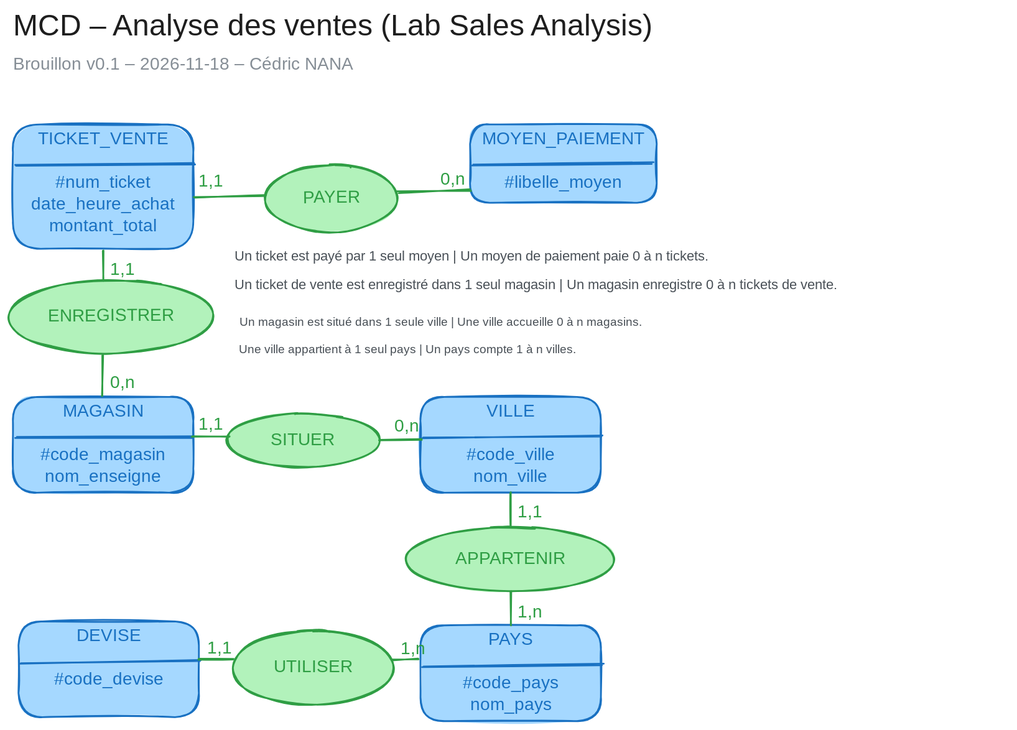
Earlier version of the Excalidraw export docs/modeles/mcd.excalidraw.svg (cnanaj-wq/lab-sales-analysis). Source tidied: one line per element, renumbered; positions are measured from the earlier drawing's top-left corner, leaving out a move shared by most shapes.
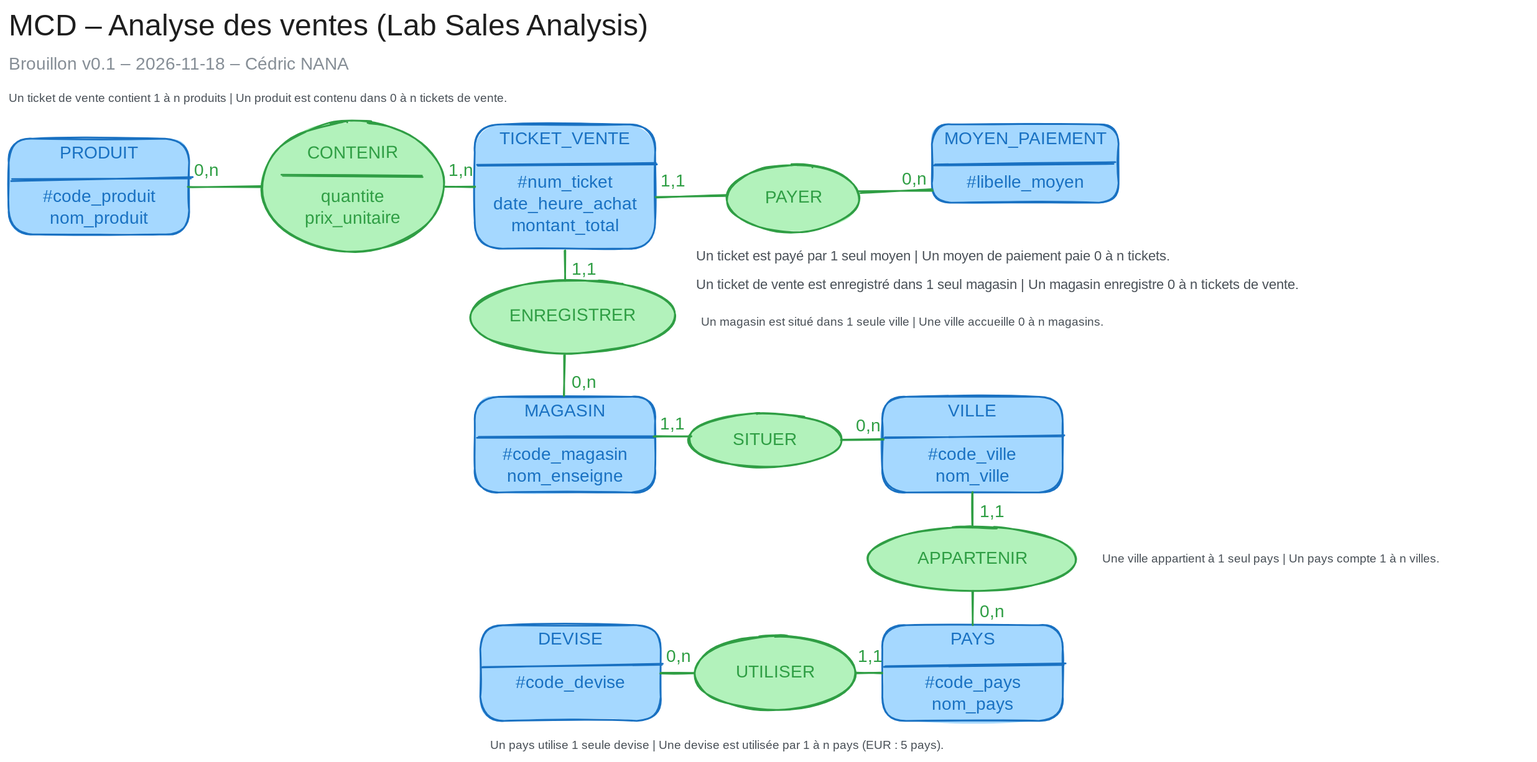
The same diagram one commit later.

Commit message:
docs: ajoute le produit et la ligne de vente au MCD - Analyse des ventes

Diff of the diagram source:
```diff
@@ -3,16 +3,16 @@
 {"id": 2, "type": "line", "strokeColor": "#1971c2", "backgroundColor": "#a5d8ff", "fillStyle": "solid", "strokeWidth": 2, "roughness": 1, "round": true, "x": 7, "y": 180, "width": 207, "height": 2, "points": [[0, 0], [207, -2]]}
 {"id": 3, "type": "ellipse", "strokeColor": "#2f9e44", "angle": 6.28, "backgroundColor": "#b2f2bb", "fillStyle": "solid", "strokeWidth": 2, "roughness": 1, "round": true, "x": 294, "y": 179, "width": 153, "height": 77}
 {"id": 4, "type": "text", "text": "PAYER", "strokeColor": "#2f9e44", "angle": 6.28, "backgroundColor": "#b2f2bb", "fillStyle": "solid", "strokeWidth": 2, "roughness": 1, "fontSize": 20, "fontFamily": 5, "textAlign": "center", "verticalAlign": "middle", "inside": 3, "x": 336, "y": 205, "width": 70, "height": 25}
-{"id": 5, "type": "rectangle", "strokeColor": "#1971c2", "backgroundColor": "#a5d8ff", "fillStyle": "solid", "strokeWidth": 2, "roughness": 1, "round": true, "x": 530, "y": 133, "width": 214, "height": 90}
+{"id": 5, "type": "rectangle", "strokeColor": "#1971c2", "backgroundColor": "#a5d8ff", "fillStyle": "solid", "strokeWidth": 2, "roughness": 1, "round": true, "x": 530, "y": 133, "width": 207, "height": 110}
-{"id": 6, "type": "text", "text": "MOYEN_PAIEMENT\n\n#libelle_moyen", "strokeColor": "#1971c2", "backgroundColor": "#a5d8ff", "fillStyle": "solid", "strokeWidth": 2, "roughness": 1, "fontSize": 20, "fontFamily": 5, "textAlign": "center", "inside": 5, "x": 541, "y": 138, "width": 191, "height": 75}
+{"id": 6, "type": "text", "text": "MOYEN_PAIEMENT\n\n#libelle_moyen", "strokeColor": "#1971c2", "backgroundColor": "#a5d8ff", "fillStyle": "solid", "strokeWidth": 2, "roughness": 1, "fontSize": 20, "fontFamily": 5, "textAlign": "center", "inside": 5, "x": 538, "y": 138, "width": 191, "height": 75}
 {"id": 7, "type": "line", "strokeColor": "#1971c2", "backgroundColor": "#a5d8ff", "fillStyle": "solid", "strokeWidth": 2, "roughness": 1, "round": true, "x": 532, "y": 180, "width": 207, "height": 2, "points": [[0, 0], [207, -2]]}
 {"id": 8, "type": "line", "strokeColor": "#2f9e44", "backgroundColor": "#b2f2bb", "fillStyle": "solid", "strokeWidth": 2, "roughness": 1, "round": true, "x": 213, "y": 216, "width": 83, "height": 2, "points": [[0, 0], [83, -2]]}
 {"id": 9, "type": "line", "strokeColor": "#2f9e44", "backgroundColor": "#b2f2bb", "fillStyle": "solid", "strokeWidth": 2, "roughness": 1, "round": true, "x": 447, "y": 210, "width": 84, "height": 2, "points": [[0, 0], [84, -2]]}
 {"id": 10, "type": "text", "text": "1,1", "strokeColor": "#2f9e44", "backgroundColor": "#b2f2bb", "fillStyle": "solid", "strokeWidth": 2, "roughness": 1, "fontSize": 20, "fontFamily": 5, "x": 218, "y": 187, "width": 22, "height": 25}
 {"id": 11, "type": "text", "text": "0,n", "strokeColor": "#2f9e44", "backgroundColor": "#b2f2bb", "fillStyle": "solid", "strokeWidth": 2, "roughness": 1, "fontSize": 20, "fontFamily": 5, "x": 496, "y": 185, "width": 28, "height": 25}
-{"id": 12, "type": "text", "text": "MCD – Analyse des ventes (Lab Sales Analysis)", "strokeColor": "#1e1e1e", "strokeWidth": 2, "roughness": 1, "fontSize": 34.45, "fontFamily": 5, "x": 5, "y": 0, "width": 795, "height": 43}
+{"id": 12, "type": "text", "text": "MCD – Analyse des ventes (Lab Sales Analysis)", "strokeColor": "#1e1e1e", "strokeWidth": 2, "roughness": 1, "fontSize": 34.45, "fontFamily": 5, "x": -530, "y": 0, "width": 795, "height": 43}
-{"id": 13, "type": "text", "text": "Brouillon v0.1 – 2026-11-18 – Cédric NANA", "strokeColor": "#868e96", "strokeWidth": 2, "roughness": 1, "fontSize": 20, "fontFamily": 5, "x": 5, "y": 52, "width": 451, "height": 25}
+{"id": 13, "type": "text", "text": "Brouillon v0.1 – 2026-11-18 – Cédric NANA", "strokeColor": "#868e96", "strokeWidth": 2, "roughness": 1, "fontSize": 20, "fontFamily": 5, "x": -530, "y": 52, "width": 451, "height": 25}
-{"id": 14, "type": "text", "text": "Un ticket est payé par 1 seul moyen | Un moyen de paiement paie 0 à n tickets.", "strokeColor": "#495057", "strokeWidth": 2, "roughness": 1, "fontSize": 16, "fontFamily": 5, "x": 259, "y": 275, "width": 617, "height": 20}
+{"id": 14, "type": "text", "text": "PAYER : un ticket de vente est payé par 1 seul moyen | un moyen de paiement paie 0 à n tickets de vente.", "strokeColor": "#495057", "strokeWidth": 2, "roughness": 1, "fontSize": 16, "fontFamily": 5, "x": -514, "y": 966, "width": 832, "height": 20}
 {"id": 15, "type": "rectangle", "strokeColor": "#1971c2", "backgroundColor": "#a5d8ff", "fillStyle": "solid", "strokeWidth": 2, "roughness": 1, "round": true, "x": 5, "y": 446, "width": 207, "height": 110}
 {"id": 16, "type": "text", "text": "MAGASIN\n\n#code_magasin\nnom_enseigne", "strokeColor": "#1971c2", "backgroundColor": "#a5d8ff", "fillStyle": "solid", "strokeWidth": 2, "roughness": 1, "fontSize": 20, "fontFamily": 5, "textAlign": "center", "inside": 15, "x": 35, "y": 451, "width": 148, "height": 100}
 {"id": 17, "type": "line", "strokeColor": "#1971c2", "backgroundColor": "#a5d8ff", "fillStyle": "solid", "strokeWidth": 2, "roughness": 1, "round": true, "x": 8, "y": 493, "width": 203, "height": 1, "points": [[0, 0], [203, -1]]}
@@ -22,7 +22,7 @@
 {"id": 21, "type": "line", "strokeColor": "#2f9e44", "strokeWidth": 2, "roughness": 1, "round": true, "x": 108, "y": 398, "width": 0, "height": 47, "points": [[0, 0], [0, 47]]}
 {"id": 22, "type": "text", "text": "1,1", "strokeColor": "#2f9e44", "strokeWidth": 2, "roughness": 1, "fontSize": 20, "fontFamily": 5, "x": 116, "y": 288, "width": 22, "height": 25}
 {"id": 23, "type": "text", "text": "0,n", "strokeColor": "#2f9e44", "strokeWidth": 2, "roughness": 1, "fontSize": 20, "fontFamily": 5, "x": 116, "y": 418, "width": 28, "height": 25}
-{"id": 24, "type": "text", "text": "Un ticket de vente est enregistré dans 1 seul magasin | Un magasin enregistre 0 à n tickets de vente.", "strokeColor": "#495057", "strokeWidth": 2, "roughness": 1, "fontSize": 16, "fontFamily": 5, "x": 259, "y": 308, "width": 889, "height": 20}
+{"id": 24, "type": "text", "text": "ENREGISTRER : un ticket de vente est enregistré dans 1 seul magasin | un magasin enregistre 0 à n tickets de vente.", "strokeColor": "#495057", "strokeWidth": 2, "roughness": 1, "fontSize": 16, "fontFamily": 5, "x": -514, "y": 992, "width": 920, "height": 20}
 {"id": 25, "type": "rectangle", "strokeColor": "#1971c2", "backgroundColor": "#a5d8ff", "fillStyle": "solid", "strokeWidth": 2, "roughness": 1, "round": true, "x": 473, "y": 446, "width": 207, "height": 110}
 {"id": 26, "type": "text", "text": "VILLE\n\n#code_ville\nnom_ville", "strokeColor": "#1971c2", "backgroundColor": "#a5d8ff", "fillStyle": "solid", "strokeWidth": 2, "roughness": 1, "fontSize": 20, "fontFamily": 5, "textAlign": "center", "inside": 25, "x": 521, "y": 451, "width": 110, "height": 100}
 {"id": 27, "type": "line", "strokeColor": "#1971c2", "backgroundColor": "#a5d8ff", "fillStyle": "solid", "strokeWidth": 2, "roughness": 1, "round": true, "x": 475, "y": 493, "width": 207, "height": 2, "points": [[0, 0], [207, -2]]}
@@ -32,7 +32,7 @@
 {"id": 31, "type": "line", "strokeColor": "#2f9e44", "backgroundColor": "#b2f2bb", "fillStyle": "solid", "strokeWidth": 2, "roughness": 1, "round": true, "x": 425, "y": 496, "width": 49, "height": 1, "points": [[0, 0], [49, -1]]}
 {"id": 32, "type": "text", "text": "1,1", "strokeColor": "#2f9e44", "backgroundColor": "#b2f2bb", "fillStyle": "solid", "strokeWidth": 2, "roughness": 1, "fontSize": 20, "fontFamily": 5, "x": 218, "y": 466, "width": 22, "height": 25}
 {"id": 33, "type": "text", "text": "0,n", "strokeColor": "#2f9e44", "backgroundColor": "#b2f2bb", "fillStyle": "solid", "strokeWidth": 2, "roughness": 1, "fontSize": 20, "fontFamily": 5, "x": 443, "y": 468, "width": 28, "height": 25}
-{"id": 34, "type": "text", "text": "Un magasin est situé dans 1 seule ville | Une ville accueille 0 à n magasins.", "strokeColor": "#495057", "strokeWidth": 2, "roughness": 1, "fontSize": 13.68, "fontFamily": 5, "x": 265, "y": 352, "width": 579, "height": 17}
+{"id": 34, "type": "text", "text": "SITUER : un magasin est situé dans 1 seule ville | une ville accueille 0 à n magasins.", "strokeColor": "#495057", "strokeWidth": 2, "roughness": 1, "fontSize": 16, "fontFamily": 5, "x": -514, "y": 1018, "width": 688, "height": 20}
 {"id": 35, "type": "rectangle", "strokeColor": "#1971c2", "backgroundColor": "#a5d8ff", "fillStyle": "solid", "strokeWidth": 2, "roughness": 1, "round": true, "x": 473, "y": 708, "width": 207, "height": 110}
 {"id": 36, "type": "text", "text": "PAYS\n\n#code_pays\nnom_pays", "strokeColor": "#1971c2", "backgroundColor": "#a5d8ff", "fillStyle": "solid", "strokeWidth": 2, "roughness": 1, "fontSize": 20, "fontFamily": 5, "textAlign": "center", "inside": 35, "x": 518, "y": 713, "width": 118, "height": 100}
 {"id": 37, "type": "line", "strokeColor": "#1971c2", "backgroundColor": "#a5d8ff", "fillStyle": "solid", "strokeWidth": 2, "roughness": 1, "round": true, "x": 475, "y": 756, "width": 207, "height": 2, "points": [[0, 0], [207, -2]]}
@@ -41,15 +41,28 @@
 {"id": 40, "type": "line", "strokeColor": "#2f9e44", "backgroundColor": "#b2f2bb", "fillStyle": "solid", "strokeWidth": 2, "roughness": 1, "round": true, "x": 576, "y": 556, "width": 0, "height": 40, "points": [[0, 0], [0, 40]]}
 {"id": 41, "type": "line", "strokeColor": "#2f9e44", "backgroundColor": "#b2f2bb", "fillStyle": "solid", "strokeWidth": 2, "roughness": 1, "round": true, "x": 576, "y": 670, "width": 0, "height": 39, "points": [[0, 0], [0, 39]]}
 {"id": 42, "type": "text", "text": "1,1", "strokeColor": "#2f9e44", "backgroundColor": "#b2f2bb", "fillStyle": "solid", "strokeWidth": 2, "roughness": 1, "fontSize": 20, "fontFamily": 5, "x": 584, "y": 567, "width": 22, "height": 25}
-{"id": 43, "type": "text", "text": "1,n", "strokeColor": "#2f9e44", "backgroundColor": "#b2f2bb", "fillStyle": "solid", "strokeWidth": 2, "roughness": 1, "fontSize": 20, "fontFamily": 5, "x": 584, "y": 681, "width": 24, "height": 25}
+{"id": 43, "type": "text", "text": "0,n", "strokeColor": "#2f9e44", "backgroundColor": "#b2f2bb", "fillStyle": "solid", "strokeWidth": 2, "roughness": 1, "fontSize": 20, "fontFamily": 5, "x": 584, "y": 681, "width": 28, "height": 25}
-{"id": 44, "type": "text", "text": "Une ville appartient à 1 seul pays | Un pays compte 1 à n villes.", "strokeColor": "#495057", "strokeWidth": 2, "roughness": 1, "fontSize": 13.68, "fontFamily": 5, "x": 726, "y": 624, "width": 489, "height": 17}
+{"id": 44, "type": "text", "text": "APPARTENIR : une ville appartient à 1 seul pays | un pays compte 0 à n villes.", "strokeColor": "#495057", "strokeWidth": 2, "roughness": 1, "fontSize": 16, "fontFamily": 5, "x": -514, "y": 1044, "width": 624, "height": 20}
-{"id": 45, "type": "rectangle", "strokeColor": "#1971c2", "backgroundColor": "#a5d8ff", "fillStyle": "solid", "strokeWidth": 2, "roughness": 1, "round": true, "x": 11, "y": 708, "width": 207, "height": 110}
+{"id": 45, "type": "rectangle", "strokeColor": "#1971c2", "backgroundColor": "#a5d8ff", "fillStyle": "solid", "strokeWidth": 2, "roughness": 1, "round": true, "x": 5, "y": 708, "width": 207, "height": 110}
-{"id": 46, "type": "text", "text": "DEVISE\n\n#code_devise", "strokeColor": "#1971c2", "backgroundColor": "#a5d8ff", "fillStyle": "solid", "strokeWidth": 2, "roughness": 1, "fontSize": 20, "fontFamily": 5, "textAlign": "center", "inside": 45, "x": 48, "y": 713, "width": 134, "height": 75}
+{"id": 46, "type": "text", "text": "DEVISE\n\n#code_devise", "strokeColor": "#1971c2", "backgroundColor": "#a5d8ff", "fillStyle": "solid", "strokeWidth": 2, "roughness": 1, "fontSize": 20, "fontFamily": 5, "textAlign": "center", "inside": 45, "x": 41, "y": 713, "width": 134, "height": 75}
-{"id": 47, "type": "line", "strokeColor": "#1971c2", "backgroundColor": "#a5d8ff", "fillStyle": "solid", "strokeWidth": 2, "roughness": 1, "round": true, "x": 14, "y": 756, "width": 207, "height": 2, "points": [[0, 0], [207, -2]]}
+{"id": 47, "type": "line", "strokeColor": "#1971c2", "backgroundColor": "#a5d8ff", "fillStyle": "solid", "strokeWidth": 2, "roughness": 1, "round": true, "x": 7, "y": 756, "width": 207, "height": 2, "points": [[0, 0], [207, -2]]}
 {"id": 48, "type": "ellipse", "strokeColor": "#2f9e44", "backgroundColor": "#b2f2bb", "fillStyle": "solid", "strokeWidth": 2, "roughness": 1, "round": true, "x": 257, "y": 721, "width": 186, "height": 85}
 {"id": 49, "type": "text", "text": "UTILISER", "strokeColor": "#2f9e44", "backgroundColor": "#b2f2bb", "fillStyle": "solid", "strokeWidth": 2, "roughness": 1, "fontSize": 20, "fontFamily": 5, "textAlign": "center", "verticalAlign": "middle", "inside": 48, "x": 297, "y": 751, "width": 106, "height": 25}
-{"id": 50, "type": "line", "strokeColor": "#2f9e44", "backgroundColor": "#b2f2bb", "fillStyle": "solid", "strokeWidth": 2, "roughness": 1, "round": true, "x": 218, "y": 763, "width": 38, "height": 0, "points": [[0, 0], [38, 0]]}
+{"id": 50, "type": "line", "strokeColor": "#2f9e44", "backgroundColor": "#b2f2bb", "fillStyle": "solid", "strokeWidth": 2, "roughness": 1, "round": true, "x": 212, "y": 763, "width": 45, "height": 0, "points": [[0, 0], [45, 0]]}
 {"id": 51, "type": "line", "strokeColor": "#2f9e44", "backgroundColor": "#b2f2bb", "fillStyle": "solid", "strokeWidth": 2, "roughness": 1, "round": true, "x": 443, "y": 763, "width": 30, "height": 0, "points": [[0, 0], [30, 0]]}
-{"id": 52, "type": "text", "text": "1,n", "strokeColor": "#2f9e44", "backgroundColor": "#b2f2bb", "fillStyle": "solid", "strokeWidth": 2, "roughness": 1, "fontSize": 20, "fontFamily": 5, "x": 224, "y": 733, "width": 24, "height": 25}
+{"id": 52, "type": "text", "text": "0,n", "strokeColor": "#2f9e44", "backgroundColor": "#b2f2bb", "fillStyle": "solid", "strokeWidth": 2, "roughness": 1, "fontSize": 20, "fontFamily": 5, "x": 218, "y": 733, "width": 28, "height": 25}
 {"id": 53, "type": "text", "text": "1,1", "strokeColor": "#2f9e44", "backgroundColor": "#b2f2bb", "fillStyle": "solid", "strokeWidth": 2, "roughness": 1, "fontSize": 20, "fontFamily": 5, "x": 445, "y": 733, "width": 22, "height": 25}
-{"id": 54, "type": "text", "text": "Un pays utilise 1 seule devise | Une devise est utilisée par 1 à n pays (EUR : 5 pays).", "strokeColor": "#495057", "strokeWidth": 2, "roughness": 1, "fontSize": 13.68, "fontFamily": 5, "x": 22, "y": 838, "width": 655, "height": 17}
+{"id": 54, "type": "text", "text": "UTILISER : un pays utilise 1 seule devise | une devise est utilisée par 0 à n pays (EUR : 5 pays).", "strokeColor": "#495057", "strokeWidth": 2, "roughness": 1, "fontSize": 16, "fontFamily": 5, "x": -514, "y": 1070, "width": 784, "height": 20}
+{"id": 55, "type": "rectangle", "strokeColor": "#1971c2", "backgroundColor": "#a5d8ff", "fillStyle": "solid", "strokeWidth": 2, "roughness": 1, "round": true, "x": -530, "y": 149, "width": 207, "height": 110}
+{"id": 56, "type": "text", "text": "PRODUIT\n\n#code_produit\nnom_produit", "strokeColor": "#1971c2", "backgroundColor": "#a5d8ff", "fillStyle": "solid", "strokeWidth": 2, "roughness": 1, "fontSize": 20, "fontFamily": 5, "textAlign": "center", "inside": 55, "x": -502, "y": 154, "width": 150, "height": 100}
+{"id": 57, "type": "line", "strokeColor": "#1971c2", "backgroundColor": "#a5d8ff", "fillStyle": "solid", "strokeWidth": 2, "roughness": 1, "round": true, "x": -527, "y": 196, "width": 207, "height": 2, "points": [[0, 0], [207, -2]]}
+{"id": 58, "type": "ellipse", "strokeColor": "#2f9e44", "angle": 6.28, "backgroundColor": "#b2f2bb", "fillStyle": "solid", "strokeWidth": 2, "roughness": 1, "round": true, "x": -240, "y": 129, "width": 210, "height": 150}
+{"id": 59, "type": "text", "text": "CONTENIR\n\nquantite\nprix_unitaire", "strokeColor": "#2f9e44", "angle": 6.28, "backgroundColor": "#b2f2bb", "fillStyle": "solid", "strokeWidth": 2, "roughness": 1, "fontSize": 20, "fontFamily": 5, "textAlign": "center", "verticalAlign": "middle", "inside": 58, "x": -205, "y": 154, "width": 140, "height": 100}
+{"id": 60, "type": "line", "strokeColor": "#2f9e44", "strokeWidth": 2, "roughness": 1, "round": true, "x": -323, "y": 204, "width": 83, "height": 0, "points": [[0, 0], [83, 0]]}
+{"id": 61, "type": "line", "strokeColor": "#2f9e44", "strokeWidth": 2, "roughness": 1, "round": true, "x": -30, "y": 204, "width": 35, "height": 0, "points": [[0, 0], [35, 0]]}
+{"id": 62, "type": "text", "text": "0,n", "strokeColor": "#2f9e44", "strokeWidth": 2, "roughness": 1, "fontSize": 20, "fontFamily": 5, "x": -317, "y": 174, "width": 28, "height": 25}
+{"id": 63, "type": "text", "text": "1,n", "strokeColor": "#2f9e44", "strokeWidth": 2, "roughness": 1, "fontSize": 20, "fontFamily": 5, "x": -25, "y": 174, "width": 24, "height": 25}
+{"id": 64, "type": "line", "strokeColor": "#2f9e44", "backgroundColor": "#a5d8ff", "fillStyle": "solid", "strokeWidth": 2, "roughness": 1, "round": true, "x": -215, "y": 192, "width": 160, "height": 0, "points": [[0, 0], [160, 0]]}
+{"id": 65, "type": "text", "text": "CONTENIR : un ticket de vente contient 1 à n produits | un produit est contenu dans 0 à n tickets de vente.", "strokeColor": "#495057", "strokeWidth": 2, "roughness": 1, "fontSize": 16, "fontFamily": 5, "x": -514, "y": 940, "width": 856, "height": 20}
+{"id": 66, "type": "rectangle", "strokeColor": "#868e96", "strokeWidth": 2, "strokeStyle": "dashed", "roughness": 1, "round": true, "x": -530, "y": 890, "width": 1060, "height": 210}
+{"id": 67, "type": "text", "text": "Lecture des cardinalités", "strokeColor": "#495057", "strokeWidth": 2, "roughness": 1, "fontSize": 20, "fontFamily": 5, "x": -514, "y": 902, "width": 250, "height": 25}
```
